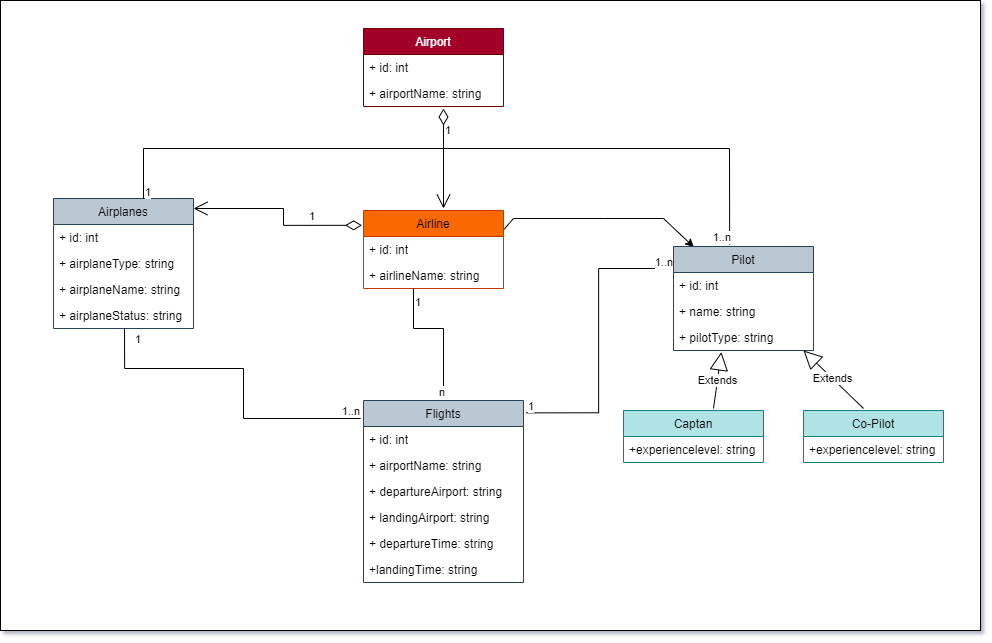
This is Uçuş Yönetim Sistemi.drawio.png from smyy96/PatikaOOP, a draw.io export, as it was before one commit. Source tidied: cells renumbered, new cells last; positions are measured from the earlier drawing's top-left corner, leaving out a move shared by most shapes.
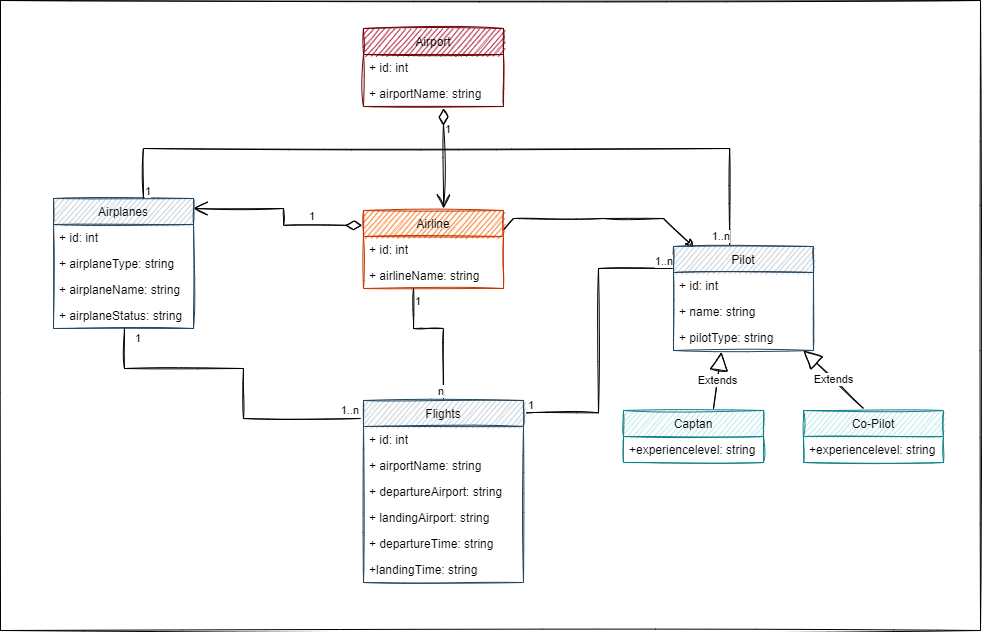
The same file after the commit.

What changed in the source:
```diff
@@ -1,20 +1,20 @@
-<mxGraphModel background="#FFFFFF" shadow="1">
+<mxGraphModel>
   <root>
     <mxCell id="0" />
     <mxCell id="1" parent="0" />
-    <mxCell id="2" style="rounded=0;whiteSpace=wrap;html=1;" parent="1" vertex="1">
+    <mxCell id="2" style="rounded=0;whiteSpace=wrap;html=1;sketch=1;" parent="1" vertex="1">
       <mxGeometry width="980" height="630" as="geometry" />
     </mxCell>
-    <mxCell id="3" value="Airport" style="swimlane;fontStyle=0;horizontal=1;startSize=26;fillColor=#a20025;strokeColor=#6F0000;fontColor=#ffffff;" parent="1" vertex="1">
+    <mxCell id="3" value="Airport" style="swimlane;fontStyle=0;horizontal=1;startSize=26;fillColor=#a20025;strokeColor=#6F0000;fontColor=#000000;sketch=1;" parent="1" vertex="1">
       <mxGeometry x="363" y="28" width="140" height="78" as="geometry" />
     </mxCell>
-    <mxCell id="4" value="+ id: int" style="text;strokeColor=none;fillColor=none;align=left;verticalAlign=top;spacingLeft=4;spacingRight=4;overflow=hidden;" parent="3" vertex="1">
+    <mxCell id="4" value="+ id: int" style="text;strokeColor=none;fillColor=none;align=left;verticalAlign=top;spacingLeft=4;spacingRight=4;overflow=hidden;sketch=1;" parent="3" vertex="1">
       <mxGeometry y="26" width="140" height="26" as="geometry" />
     </mxCell>
-    <mxCell id="5" value="+ airportName: string" style="text;strokeColor=none;fillColor=none;align=left;verticalAlign=top;spacingLeft=4;spacingRight=4;overflow=hidden;" parent="3" vertex="1">
+    <mxCell id="5" value="+ airportName: string" style="text;strokeColor=none;fillColor=none;align=left;verticalAlign=top;spacingLeft=4;spacingRight=4;overflow=hidden;sketch=1;" parent="3" vertex="1">
       <mxGeometry y="52" width="140" height="26" as="geometry" />
     </mxCell>
-    <mxCell id="6" style="edgeStyle=none;rounded=0;jettySize=auto;html=1;exitX=1;exitY=0.25;exitDx=0;exitDy=0;entryX=0.145;entryY=0.005;entryDx=0;entryDy=0;entryPerimeter=0;" parent="1" edge="1" source="7" target="25">
+    <mxCell id="6" style="edgeStyle=none;rounded=0;jettySize=auto;html=1;exitX=1;exitY=0.25;exitDx=0;exitDy=0;entryX=0.145;entryY=0.005;entryDx=0;entryDy=0;entryPerimeter=0;sketch=1;" parent="1" edge="1" source="7" target="25">
       <mxGeometry relative="1" as="geometry">
         <Array as="points">
           <mxPoint x="513" y="218" />
@@ -23,16 +23,16 @@
         </Array>
       </mxGeometry>
     </mxCell>
-    <mxCell id="7" value="Airline" style="swimlane;fontStyle=0;horizontal=1;startSize=26;fillColor=#fa6800;fontColor=#000000;strokeColor=#C73500;" parent="1" vertex="1">
+    <mxCell id="7" value="Airline" style="swimlane;fontStyle=0;horizontal=1;startSize=26;fillColor=#fa6800;fontColor=#000000;strokeColor=#C73500;sketch=1;" parent="1" vertex="1">
       <mxGeometry x="363" y="210" width="140" height="78" as="geometry" />
     </mxCell>
-    <mxCell id="8" value="+ id: int" style="text;strokeColor=none;fillColor=none;align=left;verticalAlign=top;spacingLeft=4;spacingRight=4;overflow=hidden;" parent="7" vertex="1">
+    <mxCell id="8" value="+ id: int" style="text;strokeColor=none;fillColor=none;align=left;verticalAlign=top;spacingLeft=4;spacingRight=4;overflow=hidden;sketch=1;" parent="7" vertex="1">
       <mxGeometry y="26" width="140" height="26" as="geometry" />
     </mxCell>
-    <mxCell id="9" value="+ airlineName: string" style="text;strokeColor=none;fillColor=none;align=left;verticalAlign=top;spacingLeft=4;spacingRight=4;overflow=hidden;" parent="7" vertex="1">
+    <mxCell id="9" value="+ airlineName: string" style="text;strokeColor=none;fillColor=none;align=left;verticalAlign=top;spacingLeft=4;spacingRight=4;overflow=hidden;sketch=1;" parent="7" vertex="1">
       <mxGeometry y="52" width="140" height="26" as="geometry" />
     </mxCell>
-    <mxCell id="10" style="endArrow=none;html=1;edgeStyle=orthogonalEdgeStyle;rounded=0;" parent="7" edge="1">
+    <mxCell id="10" style="endArrow=none;html=1;edgeStyle=orthogonalEdgeStyle;rounded=0;sketch=1;" parent="7" edge="1">
       <mxGeometry relative="1" as="geometry">
         <mxPoint x="50" y="78" as="sourcePoint" />
         <mxPoint x="80" y="188" as="targetPoint" />
@@ -42,75 +42,75 @@
         </Array>
       </mxGeometry>
     </mxCell>
-    <mxCell id="11" value="1" style="edgeLabel;html=1;align=left;verticalAlign=bottom;" parent="10" vertex="1">
+    <mxCell id="11" value="1" style="edgeLabel;html=1;align=left;verticalAlign=bottom;sketch=1;" parent="10" vertex="1">
       <mxGeometry x="-1" relative="1" as="geometry">
         <mxPoint y="20" as="offset" />
       </mxGeometry>
     </mxCell>
-    <mxCell id="12" value="n&lt;br&gt;" style="edgeLabel;html=1;align=right;verticalAlign=bottom;" parent="10" vertex="1">
+    <mxCell id="12" value="n&lt;br&gt;" style="edgeLabel;html=1;align=right;verticalAlign=bottom;sketch=1;" parent="10" vertex="1">
       <mxGeometry x="1" relative="1" as="geometry" />
     </mxCell>
-    <mxCell id="13" value="Airplanes" style="swimlane;fontStyle=0;horizontal=1;startSize=26;fillColor=#bac8d3;strokeColor=#23445d;" parent="1" vertex="1">
+    <mxCell id="13" value="Airplanes" style="swimlane;fontStyle=0;horizontal=1;startSize=26;fillColor=#bac8d3;strokeColor=#23445d;sketch=1;" parent="1" vertex="1">
       <mxGeometry x="53" y="198" width="140" height="130" as="geometry" />
     </mxCell>
-    <mxCell id="14" value="+ id: int" style="text;strokeColor=none;fillColor=none;align=left;verticalAlign=top;spacingLeft=4;spacingRight=4;overflow=hidden;" parent="13" vertex="1">
+    <mxCell id="14" value="+ id: int" style="text;strokeColor=none;fillColor=none;align=left;verticalAlign=top;spacingLeft=4;spacingRight=4;overflow=hidden;sketch=1;" parent="13" vertex="1">
       <mxGeometry y="26" width="140" height="26" as="geometry" />
     </mxCell>
-    <mxCell id="15" value="+ airplaneType: string" style="text;strokeColor=none;fillColor=none;align=left;verticalAlign=top;spacingLeft=4;spacingRight=4;overflow=hidden;" parent="13" vertex="1">
+    <mxCell id="15" value="+ airplaneType: string" style="text;strokeColor=none;fillColor=none;align=left;verticalAlign=top;spacingLeft=4;spacingRight=4;overflow=hidden;sketch=1;" parent="13" vertex="1">
       <mxGeometry y="52" width="140" height="26" as="geometry" />
     </mxCell>
-    <mxCell id="16" value="+ airplaneName: string" style="text;strokeColor=none;fillColor=none;align=left;verticalAlign=top;spacingLeft=4;spacingRight=4;overflow=hidden;" parent="13" vertex="1">
+    <mxCell id="16" value="+ airplaneName: string" style="text;strokeColor=none;fillColor=none;align=left;verticalAlign=top;spacingLeft=4;spacingRight=4;overflow=hidden;sketch=1;" parent="13" vertex="1">
       <mxGeometry y="78" width="140" height="26" as="geometry" />
     </mxCell>
-    <mxCell id="17" value="+ airplaneStatus: string" style="text;strokeColor=none;fillColor=none;align=left;verticalAlign=top;spacingLeft=4;spacingRight=4;overflow=hidden;" parent="13" vertex="1">
+    <mxCell id="17" value="+ airplaneStatus: string" style="text;strokeColor=none;fillColor=none;align=left;verticalAlign=top;spacingLeft=4;spacingRight=4;overflow=hidden;sketch=1;" parent="13" vertex="1">
       <mxGeometry y="104" width="140" height="26" as="geometry" />
     </mxCell>
-    <mxCell id="18" value="Flights" style="swimlane;fontStyle=0;horizontal=1;startSize=26;fillColor=#bac8d3;strokeColor=#23445d;" parent="1" vertex="1">
+    <mxCell id="18" value="Flights" style="swimlane;fontStyle=0;horizontal=1;startSize=26;fillColor=#bac8d3;strokeColor=#23445d;sketch=1;" parent="1" vertex="1">
       <mxGeometry x="363" y="400" width="160" height="182" as="geometry" />
     </mxCell>
-    <mxCell id="19" value="+ id: int" style="text;strokeColor=none;fillColor=none;align=left;verticalAlign=top;spacingLeft=4;spacingRight=4;overflow=hidden;" parent="18" vertex="1">
+    <mxCell id="19" value="+ id: int" style="text;strokeColor=none;fillColor=none;align=left;verticalAlign=top;spacingLeft=4;spacingRight=4;overflow=hidden;sketch=1;" parent="18" vertex="1">
       <mxGeometry y="26" width="160" height="26" as="geometry" />
     </mxCell>
-    <mxCell id="20" value="+ airportName: string" style="text;strokeColor=none;fillColor=none;align=left;verticalAlign=top;spacingLeft=4;spacingRight=4;overflow=hidden;" parent="18" vertex="1">
+    <mxCell id="20" value="+ airportName: string" style="text;strokeColor=none;fillColor=none;align=left;verticalAlign=top;spacingLeft=4;spacingRight=4;overflow=hidden;sketch=1;" parent="18" vertex="1">
       <mxGeometry y="52" width="160" height="26" as="geometry" />
     </mxCell>
-    <mxCell id="21" value="+ departureAirport: string" style="text;strokeColor=none;fillColor=none;align=left;verticalAlign=top;spacingLeft=4;spacingRight=4;overflow=hidden;" parent="18" vertex="1">
+    <mxCell id="21" value="+ departureAirport: string" style="text;strokeColor=none;fillColor=none;align=left;verticalAlign=top;spacingLeft=4;spacingRight=4;overflow=hidden;sketch=1;" parent="18" vertex="1">
       <mxGeometry y="78" width="160" height="26" as="geometry" />
     </mxCell>
-    <mxCell id="22" value="+ landingAirport: string" style="text;strokeColor=none;fillColor=none;align=left;verticalAlign=top;spacingLeft=4;spacingRight=4;overflow=hidden;" parent="18" vertex="1">
+    <mxCell id="22" value="+ landingAirport: string" style="text;strokeColor=none;fillColor=none;align=left;verticalAlign=top;spacingLeft=4;spacingRight=4;overflow=hidden;sketch=1;" parent="18" vertex="1">
       <mxGeometry y="104" width="160" height="26" as="geometry" />
     </mxCell>
-    <mxCell id="23" value="+ departureTime: string" style="text;strokeColor=none;fillColor=none;align=left;verticalAlign=top;spacingLeft=4;spacingRight=4;overflow=hidden;" parent="18" vertex="1">
+    <mxCell id="23" value="+ departureTime: string" style="text;strokeColor=none;fillColor=none;align=left;verticalAlign=top;spacingLeft=4;spacingRight=4;overflow=hidden;sketch=1;" parent="18" vertex="1">
       <mxGeometry y="130" width="160" height="26" as="geometry" />
     </mxCell>
-    <mxCell id="24" value="+landingTime: string" style="text;strokeColor=none;fillColor=none;align=left;verticalAlign=top;spacingLeft=4;spacingRight=4;overflow=hidden;" parent="18" vertex="1">
+    <mxCell id="24" value="+landingTime: string" style="text;strokeColor=none;fillColor=none;align=left;verticalAlign=top;spacingLeft=4;spacingRight=4;overflow=hidden;sketch=1;" parent="18" vertex="1">
       <mxGeometry y="156" width="160" height="26" as="geometry" />
     </mxCell>
-    <mxCell id="25" value="Pilot" style="swimlane;fontStyle=0;horizontal=1;startSize=26;fillColor=#bac8d3;strokeColor=#23445d;" parent="1" vertex="1">
+    <mxCell id="25" value="Pilot" style="swimlane;fontStyle=0;horizontal=1;startSize=26;fillColor=#bac8d3;strokeColor=#23445d;sketch=1;" parent="1" vertex="1">
       <mxGeometry x="673" y="246" width="140" height="104" as="geometry" />
     </mxCell>
-    <mxCell id="26" value="+ id: int" style="text;strokeColor=none;fillColor=none;align=left;verticalAlign=top;spacingLeft=4;spacingRight=4;overflow=hidden;" parent="25" vertex="1">
+    <mxCell id="26" value="+ id: int" style="text;strokeColor=none;fillColor=none;align=left;verticalAlign=top;spacingLeft=4;spacingRight=4;overflow=hidden;sketch=1;" parent="25" vertex="1">
       <mxGeometry y="26" width="140" height="26" as="geometry" />
     </mxCell>
-    <mxCell id="27" value="+ name: string" style="text;strokeColor=none;fillColor=none;align=left;verticalAlign=top;spacingLeft=4;spacingRight=4;overflow=hidden;" parent="25" vertex="1">
+    <mxCell id="27" value="+ name: string" style="text;strokeColor=none;fillColor=none;align=left;verticalAlign=top;spacingLeft=4;spacingRight=4;overflow=hidden;sketch=1;" parent="25" vertex="1">
       <mxGeometry y="52" width="140" height="26" as="geometry" />
     </mxCell>
-    <mxCell id="28" value="+ pilotType: string" style="text;strokeColor=none;fillColor=none;align=left;verticalAlign=top;spacingLeft=4;spacingRight=4;overflow=hidden;points=[[0,0.5],[1,0.5]];portConstraint=eastwest;" parent="25" vertex="1">
+    <mxCell id="28" value="+ pilotType: string" style="text;strokeColor=none;fillColor=none;align=left;verticalAlign=top;spacingLeft=4;spacingRight=4;overflow=hidden;points=[[0,0.5],[1,0.5]];portConstraint=eastwest;sketch=1;" parent="25" vertex="1">
       <mxGeometry y="78" width="140" height="26" as="geometry" />
     </mxCell>
-    <mxCell id="29" value="Captan" style="swimlane;fontStyle=0;horizontal=1;startSize=26;fillColor=#b0e3e6;strokeColor=#0e8088;" parent="1" vertex="1">
+    <mxCell id="29" value="Captan" style="swimlane;fontStyle=0;horizontal=1;startSize=26;fillColor=#b0e3e6;strokeColor=#0e8088;sketch=1;" parent="1" vertex="1">
       <mxGeometry x="623" y="410" width="140" height="52" as="geometry" />
     </mxCell>
-    <mxCell id="30" value="+experiencelevel: string" style="text;strokeColor=none;fillColor=none;align=left;verticalAlign=top;spacingLeft=4;spacingRight=4;overflow=hidden;" parent="29" vertex="1">
+    <mxCell id="30" value="+experiencelevel: string" style="text;strokeColor=none;fillColor=none;align=left;verticalAlign=top;spacingLeft=4;spacingRight=4;overflow=hidden;sketch=1;" parent="29" vertex="1">
       <mxGeometry y="26" width="140" height="26" as="geometry" />
     </mxCell>
-    <mxCell id="31" value="Co-Pilot" style="swimlane;fontStyle=0;horizontal=1;startSize=26;fillColor=#b0e3e6;strokeColor=#0e8088;" parent="1" vertex="1">
+    <mxCell id="31" value="Co-Pilot" style="swimlane;fontStyle=0;horizontal=1;startSize=26;fillColor=#b0e3e6;strokeColor=#0e8088;sketch=1;" parent="1" vertex="1">
       <mxGeometry x="803" y="410" width="140" height="52" as="geometry" />
     </mxCell>
-    <mxCell id="32" value="+experiencelevel: string" style="text;strokeColor=none;fillColor=none;align=left;verticalAlign=top;spacingLeft=4;spacingRight=4;overflow=hidden;" parent="31" vertex="1">
+    <mxCell id="32" value="+experiencelevel: string" style="text;strokeColor=none;fillColor=none;align=left;verticalAlign=top;spacingLeft=4;spacingRight=4;overflow=hidden;sketch=1;" parent="31" vertex="1">
       <mxGeometry y="26" width="140" height="26" as="geometry" />
     </mxCell>
-    <mxCell id="33" value="1" style="endArrow=open;html=1;endSize=12;startArrow=diamondThin;startSize=14;startFill=0;edgeStyle=orthogonalEdgeStyle;align=left;verticalAlign=bottom;rounded=0;exitX=-0.01;exitY=0.19;exitDx=0;exitDy=0;exitPerimeter=0;" parent="1" edge="1" source="7">
+    <mxCell id="33" value="1" style="endArrow=open;html=1;endSize=12;startArrow=diamondThin;startSize=14;startFill=0;edgeStyle=orthogonalEdgeStyle;align=left;verticalAlign=bottom;rounded=0;exitX=-0.01;exitY=0.19;exitDx=0;exitDy=0;exitPerimeter=0;sketch=1;" parent="1" edge="1" source="7">
       <mxGeometry x="-0.41" relative="1" as="geometry">
         <mxPoint x="193" y="208" as="targetPoint" />
         <Array as="points">
@@ -119,7 +119,7 @@
         </Array>
       </mxGeometry>
     </mxCell>
-    <mxCell id="34" style="endArrow=none;html=1;edgeStyle=orthogonalEdgeStyle;rounded=0;entryX=-0.019;entryY=0.104;entryDx=0;entryDy=0;entryPerimeter=0;" parent="1" edge="1" target="18">
+    <mxCell id="34" style="endArrow=none;html=1;edgeStyle=orthogonalEdgeStyle;rounded=0;entryX=-0.019;entryY=0.104;entryDx=0;entryDy=0;entryPerimeter=0;sketch=1;" parent="1" edge="1" target="18">
       <mxGeometry relative="1" as="geometry">
         <mxPoint x="124" y="328" as="sourcePoint" />
         <Array as="points">
@@ -130,17 +130,17 @@
         </Array>
       </mxGeometry>
     </mxCell>
-    <mxCell id="35" value="1" style="edgeLabel;html=1;align=left;verticalAlign=bottom;" parent="34" vertex="1">
+    <mxCell id="35" value="1" style="edgeLabel;html=1;align=left;verticalAlign=bottom;sketch=1;" parent="34" vertex="1">
       <mxGeometry x="-1" relative="1" as="geometry">
         <mxPoint x="9" y="17" as="offset" />
       </mxGeometry>
     </mxCell>
-    <mxCell id="36" value="1..n" style="edgeLabel;html=1;align=right;verticalAlign=bottom;" parent="34" vertex="1">
+    <mxCell id="36" value="1..n" style="edgeLabel;html=1;align=right;verticalAlign=bottom;sketch=1;" parent="34" vertex="1">
       <mxGeometry x="1" relative="1" as="geometry">
         <mxPoint x="-2" y="-1" as="offset" />
       </mxGeometry>
     </mxCell>
-    <mxCell id="37" style="endArrow=none;html=1;edgeStyle=orthogonalEdgeStyle;rounded=0;exitX=1.018;exitY=0.068;exitDx=0;exitDy=0;exitPerimeter=0;" parent="1" edge="1" source="18">
+    <mxCell id="37" style="endArrow=none;html=1;edgeStyle=orthogonalEdgeStyle;rounded=0;exitX=1.018;exitY=0.068;exitDx=0;exitDy=0;exitPerimeter=0;sketch=1;" parent="1" edge="1" source="18">
       <mxGeometry relative="1" as="geometry">
         <mxPoint x="672" y="268" as="targetPoint" />
         <Array as="points">
@@ -150,24 +150,24 @@
         </Array>
       </mxGeometry>
     </mxCell>
-    <mxCell id="38" value="1" style="edgeLabel;html=1;align=left;verticalAlign=bottom;" parent="37" vertex="1">
+    <mxCell id="38" value="1" style="edgeLabel;html=1;align=left;verticalAlign=bottom;sketch=1;" parent="37" vertex="1">
       <mxGeometry x="-1" relative="1" as="geometry" />
     </mxCell>
-    <mxCell id="39" value="1..n" style="edgeLabel;html=1;align=right;verticalAlign=bottom;" parent="37" vertex="1">
+    <mxCell id="39" value="1..n" style="edgeLabel;html=1;align=right;verticalAlign=bottom;sketch=1;" parent="37" vertex="1">
       <mxGeometry x="1" relative="1" as="geometry" />
     </mxCell>
-    <mxCell id="40" value="Extends" style="endArrow=block;endSize=16;endFill=0;html=1;rounded=0;entryX=0.342;entryY=1.058;entryDx=0;entryDy=0;entryPerimeter=0;" parent="1" edge="1" target="28">
+    <mxCell id="40" value="Extends" style="endArrow=block;endSize=16;endFill=0;html=1;rounded=0;entryX=0.342;entryY=1.058;entryDx=0;entryDy=0;entryPerimeter=0;sketch=1;" parent="1" edge="1" target="28">
       <mxGeometry relative="1" as="geometry">
         <mxPoint x="713" y="408" as="sourcePoint" />
       </mxGeometry>
     </mxCell>
-    <mxCell id="41" value="Extends" style="endArrow=block;endSize=16;endFill=0;html=1;rounded=0;entryX=0.342;entryY=1.058;entryDx=0;entryDy=0;entryPerimeter=0;" parent="1" edge="1">
+    <mxCell id="41" value="Extends" style="endArrow=block;endSize=16;endFill=0;html=1;rounded=0;entryX=0.342;entryY=1.058;entryDx=0;entryDy=0;entryPerimeter=0;sketch=1;" parent="1" edge="1">
       <mxGeometry relative="1" as="geometry">
         <mxPoint x="863" y="408" as="sourcePoint" />
         <mxPoint x="803" y="350" as="targetPoint" />
       </mxGeometry>
     </mxCell>
-    <mxCell id="42" style="endArrow=none;html=1;edgeStyle=orthogonalEdgeStyle;rounded=0;entryX=0.401;entryY=-0.019;entryDx=0;entryDy=0;entryPerimeter=0;" parent="1" edge="1" target="25">
+    <mxCell id="42" style="endArrow=none;html=1;edgeStyle=orthogonalEdgeStyle;rounded=0;entryX=0.401;entryY=-0.019;entryDx=0;entryDy=0;entryPerimeter=0;sketch=1;" parent="1" edge="1" target="25">
       <mxGeometry relative="1" as="geometry">
         <mxPoint x="143" y="198" as="sourcePoint" />
         <Array as="points">
@@ -176,13 +176,13 @@
         </Array>
       </mxGeometry>
     </mxCell>
-    <mxCell id="43" value="1" style="edgeLabel;html=1;align=left;verticalAlign=bottom;" parent="42" vertex="1">
+    <mxCell id="43" value="1" style="edgeLabel;html=1;align=left;verticalAlign=bottom;sketch=1;" parent="42" vertex="1">
       <mxGeometry x="-1" relative="1" as="geometry" />
     </mxCell>
-    <mxCell id="44" value="1..n" style="edgeLabel;html=1;align=right;verticalAlign=bottom;" parent="42" vertex="1">
+    <mxCell id="44" value="1..n" style="edgeLabel;html=1;align=right;verticalAlign=bottom;sketch=1;" parent="42" vertex="1">
       <mxGeometry x="1" relative="1" as="geometry" />
     </mxCell>
-    <mxCell id="45" value="1" style="endArrow=open;html=1;endSize=12;startArrow=diamondThin;startSize=14;startFill=0;edgeStyle=orthogonalEdgeStyle;align=left;verticalAlign=bottom;rounded=0;" parent="1" edge="1">
+    <mxCell id="45" value="1" style="endArrow=open;html=1;endSize=12;startArrow=diamondThin;startSize=14;startFill=0;edgeStyle=orthogonalEdgeStyle;align=left;verticalAlign=bottom;rounded=0;sketch=1;" parent="1" edge="1">
       <mxGeometry x="-0.4" relative="1" as="geometry">
         <mxPoint x="443" y="108" as="sourcePoint" />
         <mxPoint x="443" y="208" as="targetPoint" />
```
